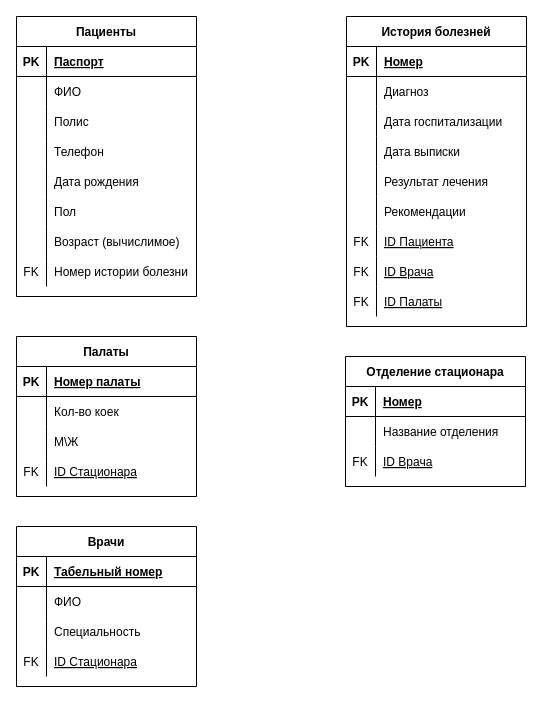
den-a-s/drawio-diagrams keeps this draw.io diagram as Реляционная модель.drawio. Above is the earlier version. Source tidied: cells renumbered, new cells numbered last; positions are measured from the earlier drawing's top-left corner, leaving out a move shared by most shapes. Both pictures are drawn from the tidied source at 100%, with x=0, y=0 at pixel (16, 16).
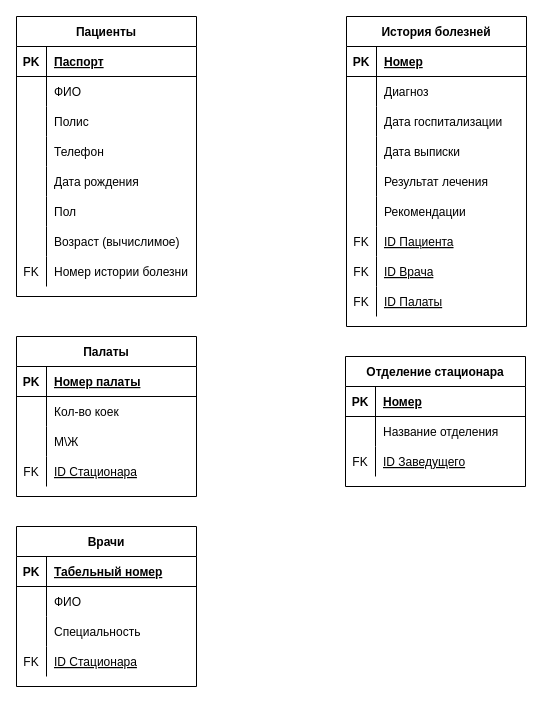
After the change.

Commit message:
Мелкие правки.

Unchanged cells that the change refers to:
```xml
<mxCell id="75" style="shape=tableRow;horizontal=0;startSize=0;swimlaneHead=0;swimlaneBody=0;fillColor=none;top=0;left=0;right=0;bottom=0;" parent="68" vertex="1">
  <mxGeometry y="90" width="180" height="30" as="geometry" />
</mxCell>
```

The edit, as a diff of the source:
```diff
@@
-    <mxCell id="77" value="ID Врача" style="shape=partialRectangle;fillColor=none;top=0;left=0;bottom=0;right=0;align=left;spacingLeft=6;fontStyle=4;overflow=hidden;" parent="75" vertex="1">
+    <mxCell id="77" value="ID Заведущего" style="shape=partialRectangle;fillColor=none;top=0;left=0;bottom=0;right=0;align=left;spacingLeft=6;fontStyle=4;overflow=hidden;" parent="75" vertex="1">
       <mxGeometry x="30" width="150" height="30" as="geometry" />
     </mxCell>
```
